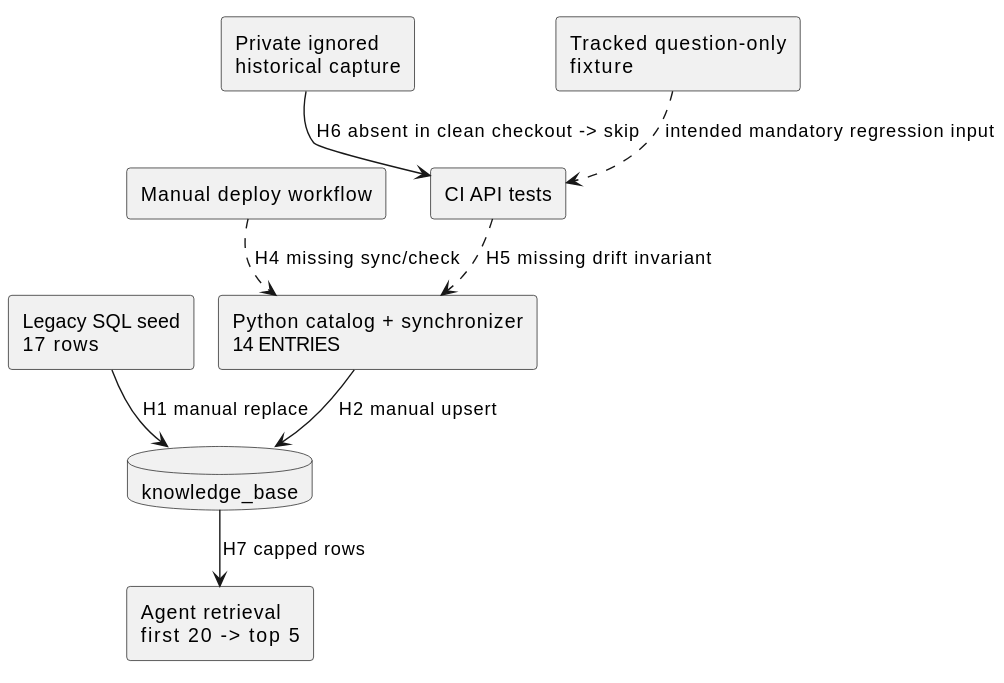
Above: docs/architecture/map_013.svg in NeaBouli/pnyx (PlantUML), before the change.
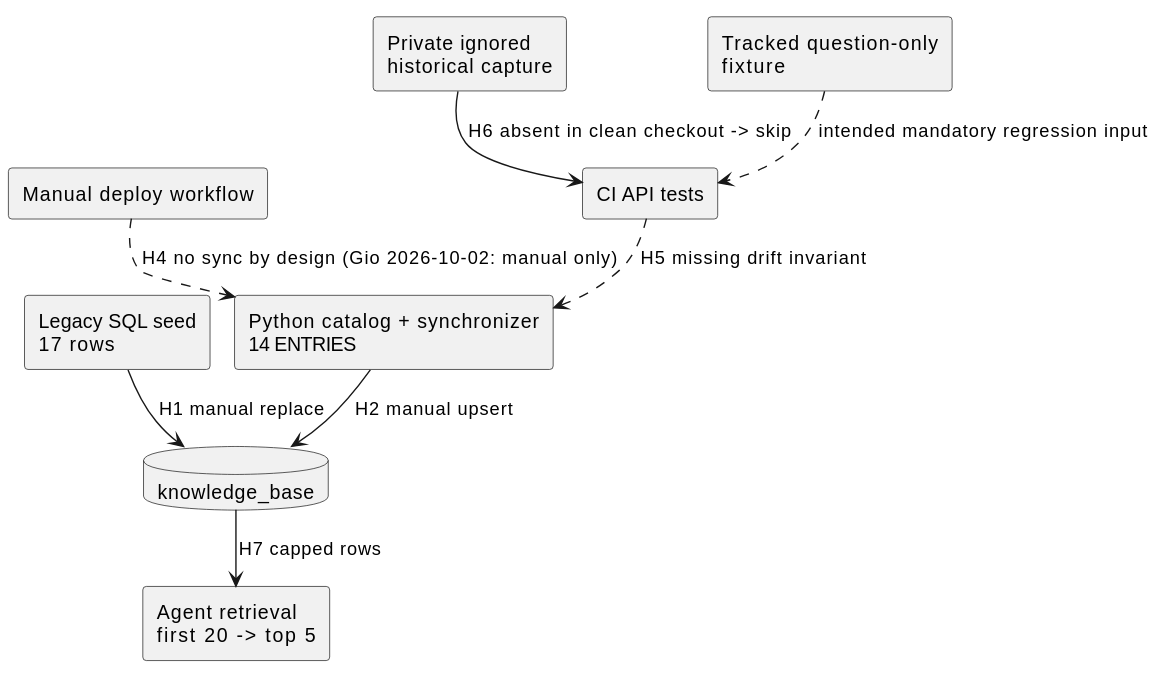
The same file after the commit.

Commit message:
fix(kb): no automatic KB sync in the deploy workflow (Gio decision, CodeRabbit #399)

What changed in the source:
```diff
@@ -12,7 +12,7 @@
 
 SQL --> DB : H1 manual replace
 PY --> DB : H2 manual upsert
-DEPLOY ..> PY : H4 missing sync/check
+DEPLOY ..> PY : H4 no sync by design (Gio 2026-10-02: manual only)
 CI ..> PY : H5 missing drift invariant
 PRIVATE --> CI : H6 absent in clean checkout -> skip
 FIXTURE ..> CI : intended mandatory regression input
```
